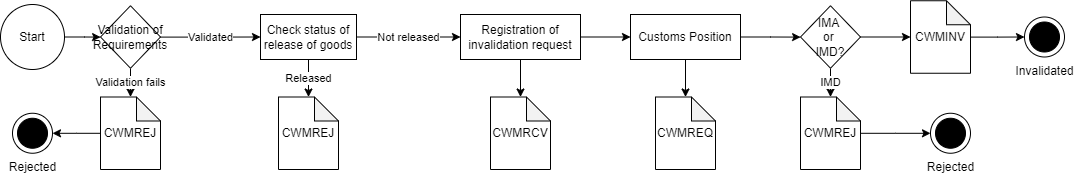
Earlier version of the draw.io export Flows/invalidation.png (skat/dms-public). Source tidied: cells renumbered, new cells last; positions are measured from the earlier drawing's top-left corner, leaving out a move shared by most shapes.
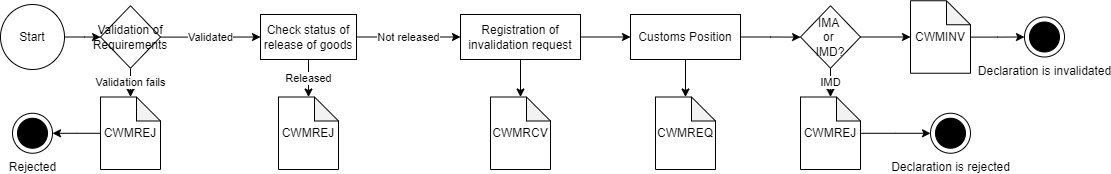
The same file after the commit.

The edit, as a diff of the source:
```diff
@@ -40,7 +40,7 @@
         <mxPoint x="630" y="36.5" as="targetPoint" />
       </mxGeometry>
     </mxCell>
-    <mxCell id="14" value="Invalidated" style="shape=mxgraph.sysml.actFinal;html=1;verticalLabelPosition=bottom;labelBackgroundColor=#ffffff;verticalAlign=top;" parent="1" vertex="1">
+    <mxCell id="14" value="Declaration is invalidated" style="shape=mxgraph.sysml.actFinal;html=1;verticalLabelPosition=bottom;labelBackgroundColor=#ffffff;verticalAlign=top;" parent="1" vertex="1">
       <mxGeometry x="1024" y="16.5" width="40" height="40" as="geometry" />
     </mxCell>
     <mxCell id="15" value="CWMRCV" style="shape=note;whiteSpace=wrap;html=1;backgroundOutline=1;darkOpacity=0.05;size=24;" parent="1" vertex="1">
@@ -76,7 +76,7 @@
     <mxCell id="25" value="IMA&amp;nbsp;&lt;br&gt;or&amp;nbsp;&lt;br&gt;IMD?" style="rhombus;whiteSpace=wrap;html=1;" parent="1" vertex="1">
       <mxGeometry x="800" y="5.2" width="60" height="62.5" as="geometry" />
     </mxCell>
-    <mxCell id="26" value="Rejected" style="shape=mxgraph.sysml.actFinal;html=1;verticalLabelPosition=bottom;labelBackgroundColor=#ffffff;verticalAlign=top;" parent="1" vertex="1">
+    <mxCell id="26" value="Declaration is rejected" style="shape=mxgraph.sysml.actFinal;html=1;verticalLabelPosition=bottom;labelBackgroundColor=#ffffff;verticalAlign=top;" parent="1" vertex="1">
       <mxGeometry x="930" y="112.8" width="40" height="40" as="geometry" />
     </mxCell>
     <mxCell id="27" style="edgeStyle=orthogonalEdgeStyle;rounded=0;jettySize=auto;html=1;" parent="1" edge="1" source="28" target="26">
```
